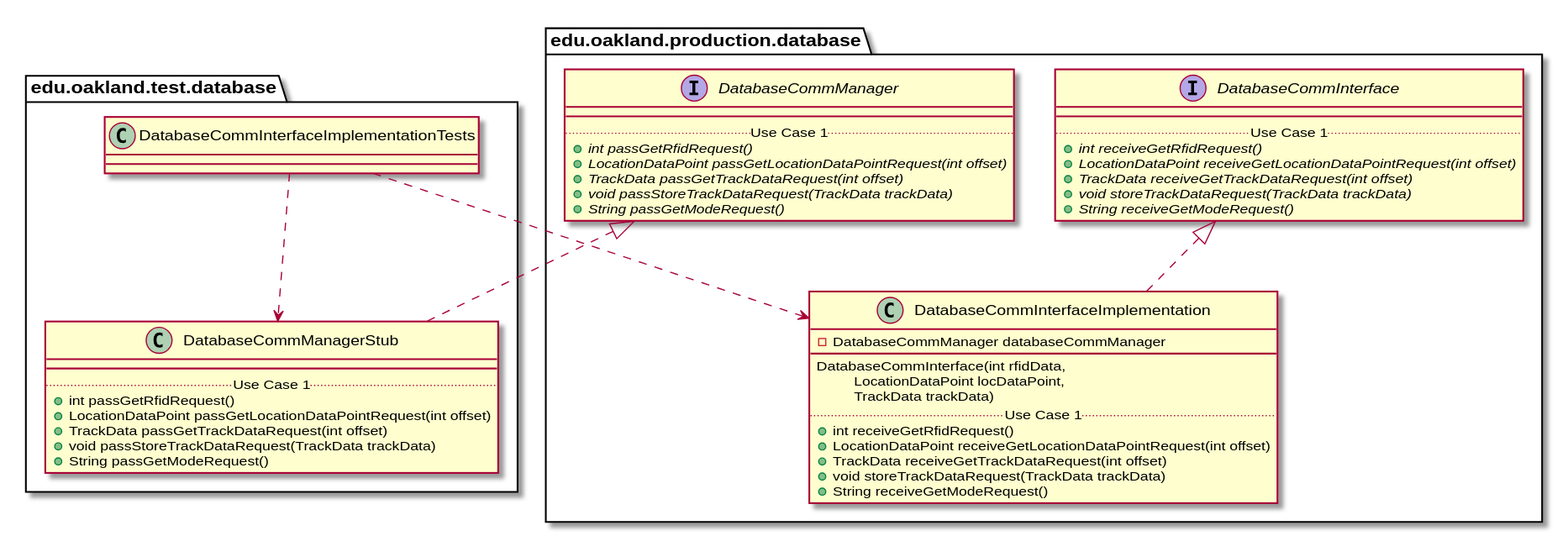
Earlier version of the PlantUML export docs/uml-class-diagrams/database/test/DatabaseCommInterfaceImplementationTests/DatabaseCommInterfaceImplementationTests_Closure.svg (elilley15/csi-3370-software-project). Source of this version:
```plantuml
@startuml DatabaseCommInterfaceImplementationTests_Closure


package edu.oakland.test.database {
    class DatabaseCommInterfaceImplementationTests {

    }
}




package edu.oakland.test.database {
    class DatabaseCommManagerStub {
        __
        .. Use Case 1 ..
        + int passGetRfidRequest()
        + LocationDataPoint passGetLocationDataPointRequest(int offset)
        + TrackData passGetTrackDataRequest(int offset)
        + void passStoreTrackDataRequest(TrackData trackData)
        + String passGetModeRequest()
    }
}




package edu.oakland.production.database {
    interface DatabaseCommManager {
        __
        .. Use Case 1 ..
        {abstract} + int passGetRfidRequest()
        {abstract} + LocationDataPoint passGetLocationDataPointRequest(int offset)
        {abstract} + TrackData passGetTrackDataRequest(int offset)
        {abstract} + void passStoreTrackDataRequest(TrackData trackData)
        {abstract} + String passGetModeRequest()
    }
}






DatabaseCommManagerStub .up.|> DatabaseCommManager



DatabaseCommInterfaceImplementationTests ..> DatabaseCommManagerStub



package edu.oakland.production.database {
    class DatabaseCommInterfaceImplementation {
        - DatabaseCommManager databaseCommManager
        __
        DatabaseCommInterface(int rfidData,
        \tLocationDataPoint locDataPoint,
        \tTrackData trackData)
        .. Use Case 1 ..
        + int receiveGetRfidRequest()
        + LocationDataPoint receiveGetLocationDataPointRequest(int offset)
        + TrackData receiveGetTrackDataRequest(int offset)
        + void storeTrackDataRequest(TrackData trackData)
        + String receiveGetModeRequest()
    }
}




package edu.oakland.production.database {
    interface DatabaseCommInterface {
        __
        .. Use Case 1 ..
        {abstract} + int receiveGetRfidRequest()
        {abstract} + LocationDataPoint receiveGetLocationDataPointRequest(int offset)
        {abstract} + TrackData receiveGetTrackDataRequest(int offset)
        {abstract} + void storeTrackDataRequest(TrackData trackData)
        {abstract} + String receiveGetModeRequest()
    }
}






DatabaseCommInterfaceImplementation .up.|> DatabaseCommInterface





DatabaseCommInterfaceImplementationTests ..> DatabaseCommInterfaceImplementation



@enduml
```
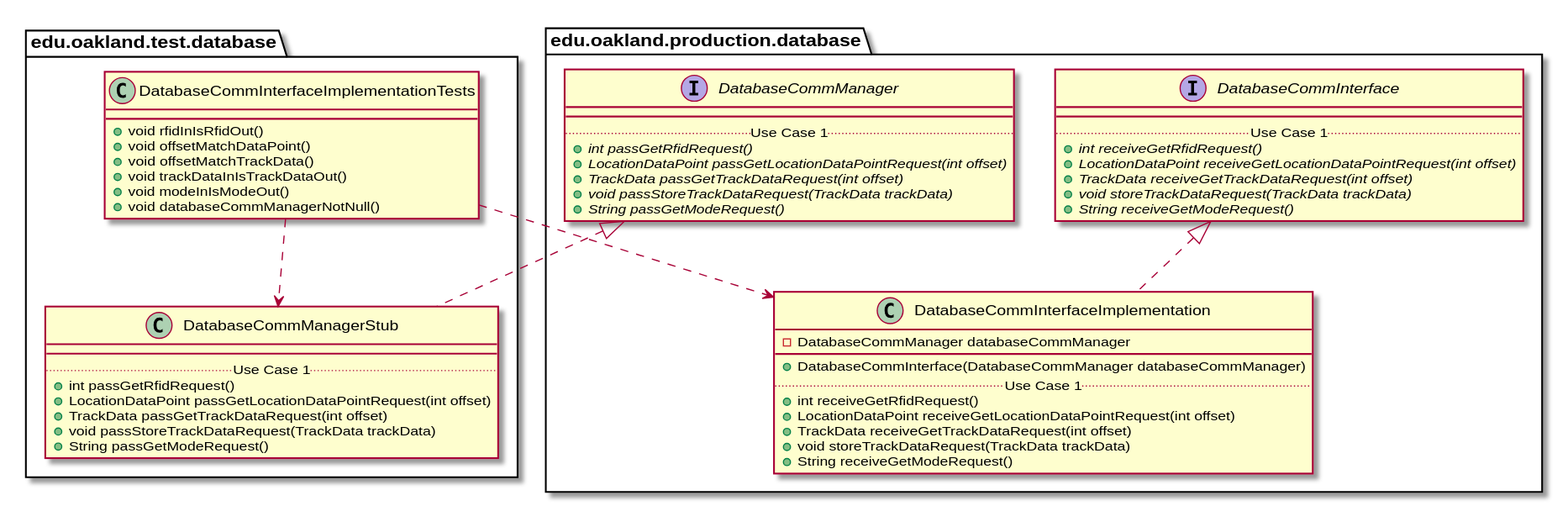
Later version of the same file.

Diff of the diagram source:
```diff
@@ -3,7 +3,12 @@
 
 package edu.oakland.test.database {
     class DatabaseCommInterfaceImplementationTests {
-
+        + void rfidInIsRfidOut()
+        + void offsetMatchDataPoint()
+        + void offsetMatchTrackData()
+        + void trackDataInIsTrackDataOut()
+        + void modeInIsModeOut()
+        + void databaseCommManagerNotNull()
     }
 }
 
@@ -54,9 +59,7 @@
     class DatabaseCommInterfaceImplementation {
         - DatabaseCommManager databaseCommManager
         __
-        DatabaseCommInterface(int rfidData,
-        \tLocationDataPoint locDataPoint,
-        \tTrackData trackData)
+        + DatabaseCommInterface(DatabaseCommManager databaseCommManager)
         .. Use Case 1 ..
         + int receiveGetRfidRequest()
         + LocationDataPoint receiveGetLocationDataPointRequest(int offset)
```
